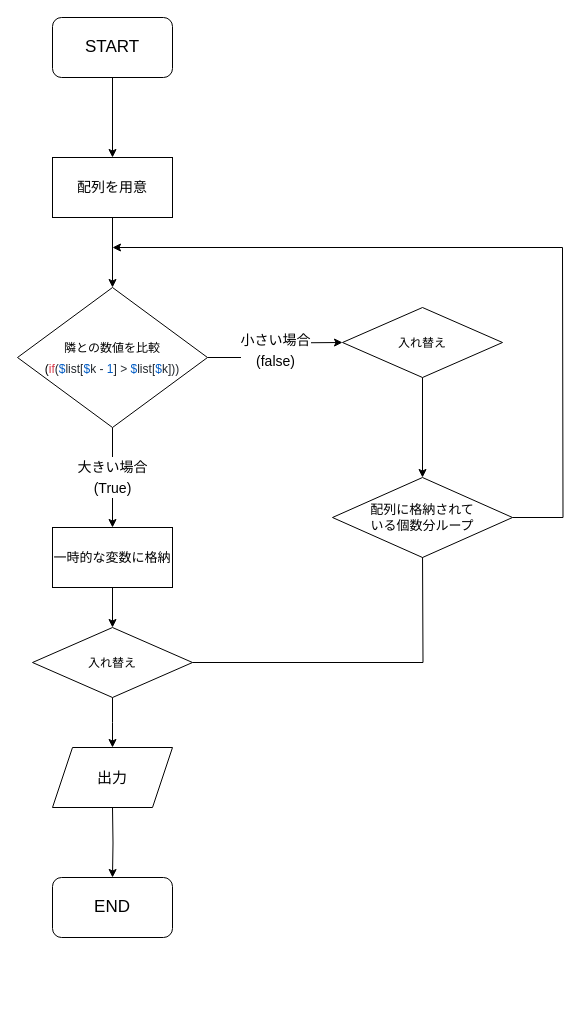
Above: binary_search.drawio in kansai-gamer/todays-code (draw.io), before the change. Source tidied: cells renumbered, new cells numbered last; positions are measured from the earlier drawing's top-left corner, leaving out a move shared by most shapes. Both pictures are drawn from the tidied source at 100%, with x=0, y=0 at pixel (17, 17).
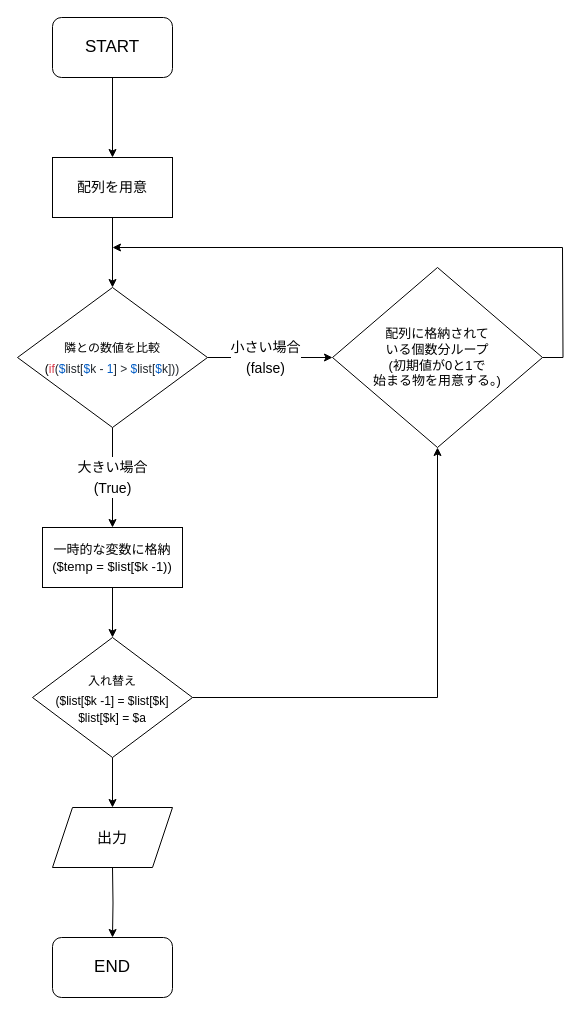
After the change.

The change refers to these unchanged cells:
```xml
<mxCell id="6" value="&lt;font style=&quot;font-size: 12px&quot;&gt;隣との数値を比較&lt;br&gt;(&lt;span class=&quot;pl-k&quot; style=&quot;box-sizing: border-box ; color: rgb(215 , 58 , 73) ; font-family: , &amp;#34;consolas&amp;#34; , &amp;#34;liberation mono&amp;#34; , &amp;#34;menlo&amp;#34; , monospace ; background-color: rgb(255 , 255 , 255)&quot;&gt;if&lt;/span&gt;&lt;span style=&quot;color: rgb(36 , 41 , 46) ; font-family: , &amp;#34;consolas&amp;#34; , &amp;#34;liberation mono&amp;#34; , &amp;#34;menlo&amp;#34; , monospace ; background-color: rgb(255 , 255 , 255)&quot;&gt;(&lt;/span&gt;&lt;span class=&quot;pl-s1&quot; style=&quot;box-sizing: border-box ; color: rgb(36 , 41 , 46) ; font-family: , &amp;#34;consolas&amp;#34; , &amp;#34;liberation mono&amp;#34; , &amp;#34;menlo&amp;#34; , monospace ; background-color: rgb(255 , 255 , 255)&quot;&gt;&lt;span class=&quot;pl-c1&quot; style=&quot;box-sizing: border-box ; color: rgb(0 , 92 , 197)&quot;&gt;$&lt;/span&gt;list&lt;/span&gt;&lt;span style=&quot;color: rgb(36 , 41 , 46) ; font-family: , &amp;#34;consolas&amp;#34; , &amp;#34;liberation mono&amp;#34; , &amp;#34;menlo&amp;#34; , monospace ; background-color: rgb(255 , 255 , 255)&quot;&gt;[&lt;/span&gt;&lt;span class=&quot;pl-s1&quot; style=&quot;box-sizing: border-box ; color: rgb(36 , 41 , 46) ; font-family: , &amp;#34;consolas&amp;#34; , &amp;#34;liberation mono&amp;#34; , &amp;#34;menlo&amp;#34; , monospace ; background-color: rgb(255 , 255 , 255)&quot;&gt;&lt;span class=&quot;pl-c1&quot; style=&quot;box-sizing: border-box ; color: rgb(0 , 92 , 197)&quot;&gt;$&lt;/span&gt;k&lt;/span&gt;&lt;span style=&quot;color: rgb(36 , 41 , 46) ; font-family: , &amp;#34;consolas&amp;#34; , &amp;#34;liberation mono&amp;#34; , &amp;#34;menlo&amp;#34; , monospace ; background-color: rgb(255 , 255 , 255)&quot;&gt; - &lt;/span&gt;&lt;span class=&quot;pl-c1&quot; style=&quot;box-sizing: border-box ; color: rgb(0 , 92 , 197) ; font-family: , &amp;#34;consolas&amp;#34; , &amp;#34;liberation mono&amp;#34; , &amp;#34;menlo&amp;#34; , monospace ; background-color: rgb(255 , 255 , 255)&quot;&gt;1&lt;/span&gt;&lt;span style=&quot;color: rgb(36 , 41 , 46) ; font-family: , &amp;#34;consolas&amp;#34; , &amp;#34;liberation mono&amp;#34; , &amp;#34;menlo&amp;#34; , monospace ; background-color: rgb(255 , 255 , 255)&quot;&gt;] &amp;gt; &lt;/span&gt;&lt;span class=&quot;pl-s1&quot; style=&quot;box-sizing: border-box ; color: rgb(36 , 41 , 46) ; font-family: , &amp;#34;consolas&amp;#34; , &amp;#34;liberation mono&amp;#34; , &amp;#34;menlo&amp;#34; , monospace ; background-color: rgb(255 , 255 , 255)&quot;&gt;&lt;span class=&quot;pl-c1&quot; style=&quot;box-sizing: border-box ; color: rgb(0 , 92 , 197)&quot;&gt;$&lt;/span&gt;list&lt;/span&gt;&lt;span style=&quot;color: rgb(36 , 41 , 46) ; font-family: , &amp;#34;consolas&amp;#34; , &amp;#34;liberation mono&amp;#34; , &amp;#34;menlo&amp;#34; , monospace ; background-color: rgb(255 , 255 , 255)&quot;&gt;[&lt;/span&gt;&lt;span class=&quot;pl-s1&quot; style=&quot;box-sizing: border-box ; color: rgb(36 , 41 , 46) ; font-family: , &amp;#34;consolas&amp;#34; , &amp;#34;liberation mono&amp;#34; , &amp;#34;menlo&amp;#34; , monospace ; background-color: rgb(255 , 255 , 255)&quot;&gt;&lt;span class=&quot;pl-c1&quot; style=&quot;box-sizing: border-box ; color: rgb(0 , 92 , 197)&quot;&gt;$&lt;/span&gt;k&lt;/span&gt;&lt;span style=&quot;color: rgb(36 , 41 , 46) ; font-family: , &amp;#34;consolas&amp;#34; , &amp;#34;liberation mono&amp;#34; , &amp;#34;menlo&amp;#34; , monospace ; background-color: rgb(255 , 255 , 255)&quot;&gt;]))&lt;/span&gt;&lt;br&gt;&lt;/font&gt;" style="rhombus;whiteSpace=wrap;html=1;fontSize=17;" parent="1" vertex="1">
  <mxGeometry y="270" width="190" height="140" as="geometry" />
</mxCell>
```

The edit, as a diff of the source:
```diff
@@
-    <mxCell id="4" value="&lt;font style=&quot;font-size: 14px&quot;&gt;小さい場合&lt;br&gt;(false)&lt;/font&gt;" style="edgeStyle=orthogonalEdgeStyle;rounded=0;jettySize=auto;html=1;entryX=0;entryY=0.5;entryDx=0;entryDy=0;fontSize=17;exitX=1;exitY=0.5;exitDx=0;exitDy=0;" parent="1" edge="1" source="6">
-      <mxGeometry relative="1" as="geometry">
-        <mxPoint x="325" y="325" as="targetPoint" />
-      </mxGeometry>
+    <mxCell id="4" value="&lt;font style=&quot;font-size: 14px&quot;&gt;小さい場合&lt;br&gt;(false)&lt;/font&gt;" style="edgeStyle=orthogonalEdgeStyle;rounded=0;jettySize=auto;html=1;entryX=0;entryY=0.5;entryDx=0;entryDy=0;fontSize=17;exitX=1;exitY=0.5;exitDx=0;exitDy=0;" parent="1" edge="1" source="6" target="18">
+      <mxGeometry x="-0.07" relative="1" as="geometry" />
     </mxCell>
@@
-    <mxCell id="9" value="&lt;font style=&quot;font-size: 13px&quot;&gt;一時的な変数に格納&lt;/font&gt;" style="rounded=0;whiteSpace=wrap;html=1;fontSize=14;" parent="1" vertex="1">
-      <mxGeometry x="35" y="510" width="120" height="60" as="geometry" />
+    <mxCell id="9" value="&lt;div&gt;&lt;font style=&quot;font-size: 13px&quot;&gt;一時的な変数に格納($temp = $list[$k -1))&lt;/font&gt;&lt;/div&gt;" style="rounded=0;whiteSpace=wrap;html=1;fontSize=14;" parent="1" vertex="1">
+      <mxGeometry x="25" y="510" width="140" height="60" as="geometry" />
     </mxCell>
-    <mxCell id="10" style="edgeStyle=orthogonalEdgeStyle;rounded=0;jettySize=auto;html=1;fontSize=17;" parent="1" edge="1" source="12">
-      <mxGeometry relative="1" as="geometry">
-        <mxPoint x="405" y="530" as="targetPoint" />
-      </mxGeometry>
+    <mxCell id="10" style="edgeStyle=orthogonalEdgeStyle;rounded=0;jettySize=auto;html=1;fontSize=17;entryX=0.5;entryY=1;entryDx=0;entryDy=0;" parent="1" edge="1" source="12" target="18">
+      <mxGeometry relative="1" as="geometry" />
     </mxCell>
-    <mxCell id="11" style="edgeStyle=orthogonalEdgeStyle;rounded=0;jettySize=auto;html=1;entryX=0.5;entryY=0;entryDx=0;entryDy=0;fontSize=17;" parent="1" edge="1" source="12">
-      <mxGeometry relative="1" as="geometry">
-        <mxPoint x="95" y="730" as="targetPoint" />
-      </mxGeometry>
-    </mxCell>
+    <mxCell id="22" style="edgeStyle=orthogonalEdgeStyle;rounded=0;jettySize=auto;html=1;entryX=0.5;entryY=0;entryDx=0;entryDy=0;" parent="1" edge="1" source="12" target="19">
+      <mxGeometry relative="1" as="geometry" />
+    </mxCell>
-    <mxCell id="12" value="&lt;span style=&quot;font-size: 12px&quot;&gt;入れ替え&lt;/span&gt;" style="rhombus;whiteSpace=wrap;html=1;fontSize=17;" parent="1" vertex="1">
-      <mxGeometry x="15" y="610" width="160" height="70" as="geometry" />
+    <mxCell id="12" value="&lt;div&gt;&lt;span style=&quot;font-size: 12px&quot;&gt;入れ替え&lt;/span&gt;&lt;/div&gt;&lt;div&gt;&lt;span style=&quot;font-size: 12px&quot;&gt;($list[$k -1] = $list[$k]&lt;br&gt;&lt;/span&gt;&lt;/div&gt;&lt;div style=&quot;font-size: 12px&quot;&gt;$list[$k] = $a&lt;br&gt;&lt;/div&gt;" style="rhombus;whiteSpace=wrap;html=1;fontSize=17;" parent="1" vertex="1">
+      <mxGeometry x="15" y="620" width="160" height="120" as="geometry" />
     </mxCell>
     <mxCell id="13" style="edgeStyle=orthogonalEdgeStyle;rounded=0;jettySize=auto;html=1;entryX=0.5;entryY=0;entryDx=0;entryDy=0;fontSize=17;" parent="1" edge="1" target="14">
       <mxGeometry relative="1" as="geometry">
-        <mxPoint x="95" y="790" as="sourcePoint" />
+        <mxPoint x="95" y="850" as="sourcePoint" />
       </mxGeometry>
     </mxCell>
     <mxCell id="14" value="END" style="rounded=1;whiteSpace=wrap;html=1;fontSize=17;" parent="1" vertex="1">
-      <mxGeometry x="35" y="860" width="120" height="60" as="geometry" />
+      <mxGeometry x="35" y="920" width="120" height="60" as="geometry" />
     </mxCell>
-    <mxCell id="15" style="edgeStyle=orthogonalEdgeStyle;rounded=0;jettySize=auto;html=1;entryX=0.5;entryY=0;entryDx=0;entryDy=0;" parent="1" edge="1" source="16" target="18">
-      <mxGeometry relative="1" as="geometry" />
-    </mxCell>
-    <mxCell id="16" value="&lt;span style=&quot;font-size: 12px&quot;&gt;入れ替え&lt;/span&gt;" style="rhombus;whiteSpace=wrap;html=1;fontSize=17;" parent="1" vertex="1">
-      <mxGeometry x="325" y="290" width="160" height="70" as="geometry" />
-    </mxCell>
@@
-    <mxCell id="18" value="&lt;div style=&quot;font-size: 13px&quot;&gt;配列に格納されて&lt;/div&gt;&lt;div style=&quot;font-size: 13px&quot;&gt;いる個数分ループ&lt;/div&gt;" style="rhombus;whiteSpace=wrap;html=1;fontSize=17;" parent="1" vertex="1">
-      <mxGeometry x="315" y="460" width="180" height="80" as="geometry" />
+    <mxCell id="18" value="&lt;div style=&quot;font-size: 13px&quot;&gt;配列に格納されて&lt;/div&gt;&lt;div style=&quot;font-size: 13px&quot;&gt;いる個数分ループ&lt;/div&gt;&lt;div style=&quot;font-size: 13px&quot;&gt;(初期値が0と1で&lt;/div&gt;&lt;div style=&quot;font-size: 13px&quot;&gt;始まる物を用意する。)&lt;br&gt;&lt;/div&gt;" style="rhombus;whiteSpace=wrap;html=1;fontSize=17;" parent="1" vertex="1">
+      <mxGeometry x="315" y="250" width="210" height="180" as="geometry" />
     </mxCell>
     <mxCell id="19" value="出力" style="shape=parallelogram;perimeter=parallelogramPerimeter;whiteSpace=wrap;html=1;fixedSize=1;fontSize=15;" parent="1" vertex="1">
-      <mxGeometry x="35" y="730" width="120" height="60" as="geometry" />
+      <mxGeometry x="35" y="790" width="120" height="60" as="geometry" />
     </mxCell>
```
